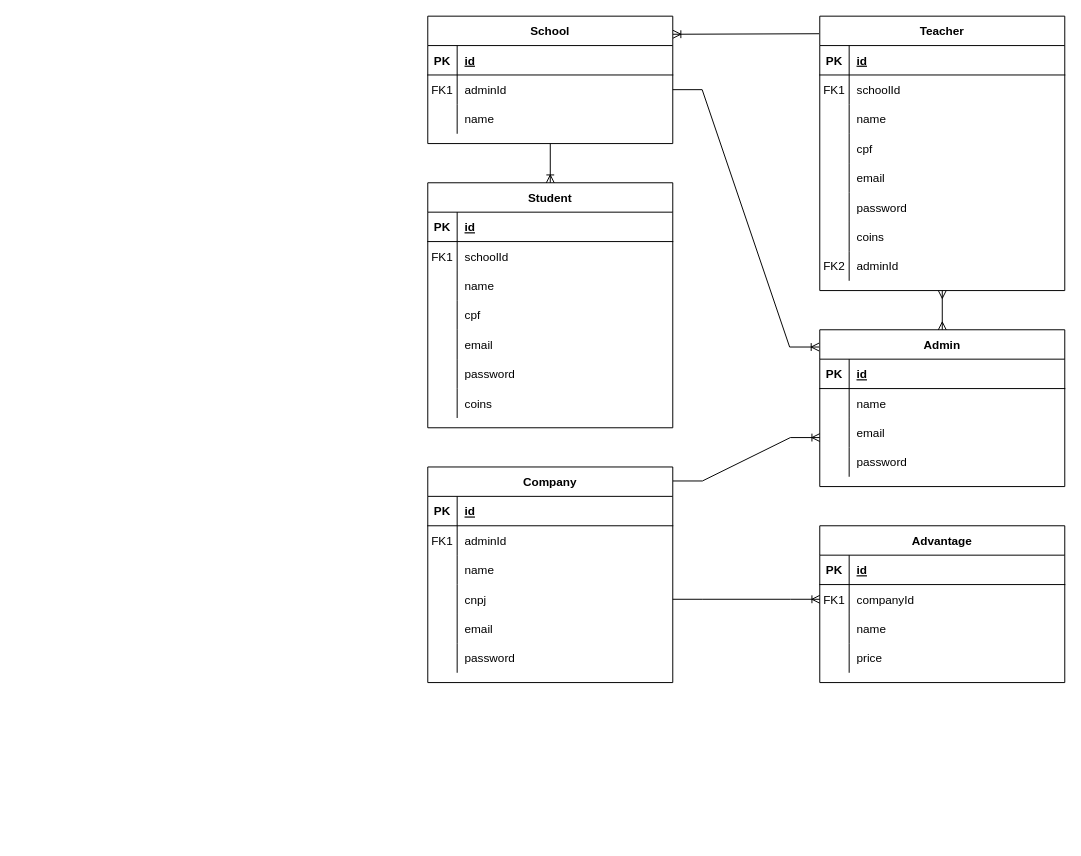
The draw.io diagram projeto/Entidade Relacionamento/Diagrama_ER.drawio in PUCMG-2023-02-LDS-G3/Laboratorio-03, before the edit. Source tidied: cells renumbered, new cells numbered last; positions are measured from the earlier drawing's top-left corner, leaving out a move shared by most shapes. Both pictures are drawn from the tidied source at 98%, with x=0, y=0 at pixel (427, 16).
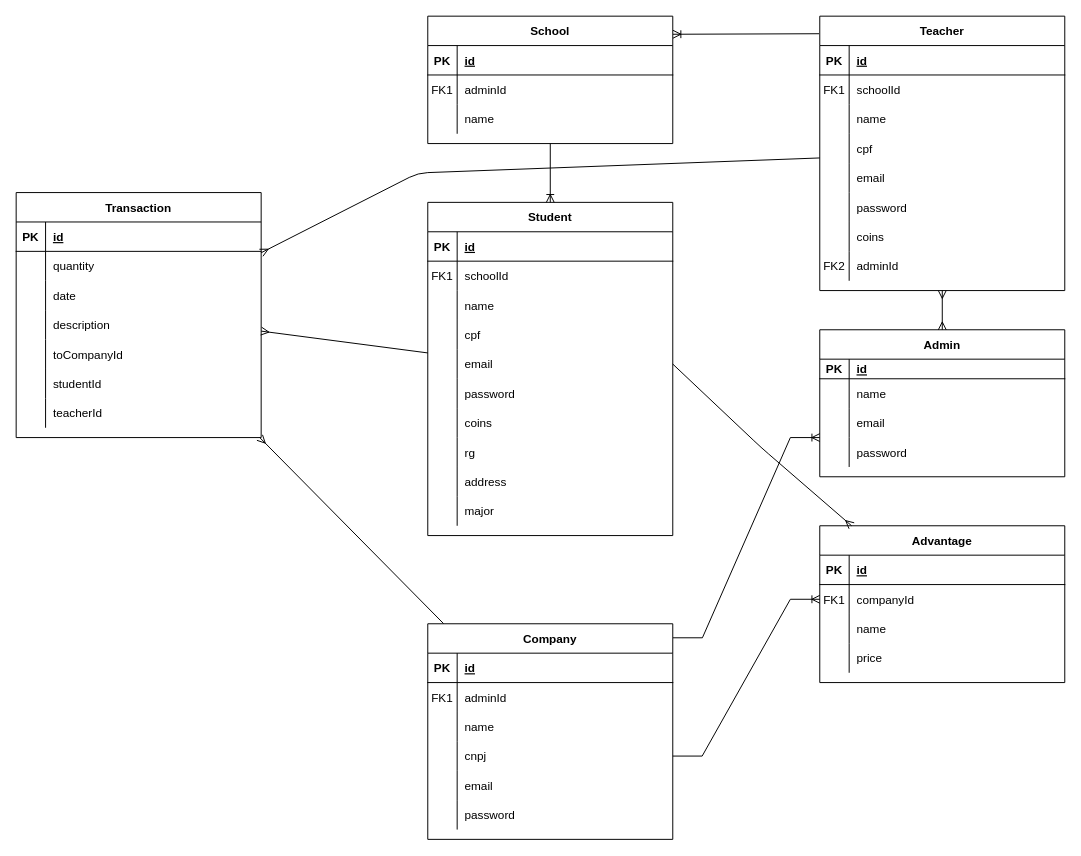
Above is the later version.

Commit message (it also covers changes not shown here):
Modelo ER + caso de uso

The change refers to these unchanged cells:
```xml
<mxCell id="15" style="shape=partialRectangle;fillColor=none;points=[[0,0.5],[1,0.5]];portConstraint=eastwest;top=0;left=0;right=0;bottom=0;" parent="2" vertex="1">
  <mxGeometry y="150" width="250" height="30" as="geometry" />
</mxCell>
<mxCell id="37" value="Teacher" style="shape=table;startSize=30;childLayout=tableLayout;rowLines=0;fontStyle=1;align=center;" parent="1" vertex="1">
  <mxGeometry x="400" width="250" height="280" as="geometry" />
</mxCell>
<mxCell id="81" value="Advantage" style="shape=table;startSize=30;childLayout=tableLayout;rowLines=0;fontStyle=1;align=center;" parent="1" vertex="1">
  <mxGeometry x="400" y="520" width="250" height="160" as="geometry" />
</mxCell>
<mxCell id="98" style="shape=partialRectangle;fillColor=none;points=[[0,0.5],[1,0.5]];portConstraint=eastwest;top=0;left=0;right=0;bottom=0;" parent="94" vertex="1">
  <mxGeometry y="60" width="250" height="30" as="geometry" />
</mxCell>
```

What changed in the source:
```diff
@@
     <mxCell id="2" value="Student" style="shape=table;startSize=30;childLayout=tableLayout;rowLines=0;fontStyle=1;align=center;" parent="1" vertex="1">
-      <mxGeometry y="170" width="250" height="250" as="geometry" />
+      <mxGeometry y="190" width="250" height="340" as="geometry" />
     </mxCell>
@@
+    <mxCell id="110" style="shape=partialRectangle;fillColor=none;top=0;left=0;right=0;bottom=0;" parent="2" vertex="1">
+      <mxGeometry y="240" width="250" height="30" as="geometry" />
+    </mxCell>
+    <mxCell id="111" style="shape=partialRectangle;overflow=hidden;fillColor=none;top=0;left=0;bottom=0;right=0;" parent="110" vertex="1">
+      <mxGeometry width="30" height="30" as="geometry" />
+    </mxCell>
+    <mxCell id="112" value="rg" style="shape=partialRectangle;overflow=hidden;fillColor=none;top=0;left=0;bottom=0;right=0;align=left;spacingLeft=6;" parent="110" vertex="1">
+      <mxGeometry x="30" width="220" height="30" as="geometry" />
+    </mxCell>
+    <mxCell id="113" style="shape=partialRectangle;fillColor=none;top=0;left=0;right=0;bottom=0;" parent="2" vertex="1">
+      <mxGeometry y="270" width="250" height="30" as="geometry" />
+    </mxCell>
+    <mxCell id="114" style="shape=partialRectangle;overflow=hidden;fillColor=none;top=0;left=0;bottom=0;right=0;" parent="113" vertex="1">
+      <mxGeometry width="30" height="30" as="geometry" />
+    </mxCell>
+    <mxCell id="115" value="address" style="shape=partialRectangle;overflow=hidden;fillColor=none;top=0;left=0;bottom=0;right=0;align=left;spacingLeft=6;" parent="113" vertex="1">
+      <mxGeometry x="30" width="220" height="30" as="geometry" />
+    </mxCell>
+    <mxCell id="116" style="shape=partialRectangle;fillColor=none;top=0;left=0;right=0;bottom=0;" parent="2" vertex="1">
+      <mxGeometry y="300" width="250" height="30" as="geometry" />
+    </mxCell>
+    <mxCell id="117" style="shape=partialRectangle;overflow=hidden;fillColor=none;top=0;left=0;bottom=0;right=0;" parent="116" vertex="1">
+      <mxGeometry width="30" height="30" as="geometry" />
+    </mxCell>
+    <mxCell id="118" value="major" style="shape=partialRectangle;overflow=hidden;fillColor=none;top=0;left=0;bottom=0;right=0;align=left;spacingLeft=6;" parent="116" vertex="1">
+      <mxGeometry x="30" width="220" height="30" as="geometry" />
+    </mxCell>
     <mxCell id="24" value="Admin" style="shape=table;startSize=30;childLayout=tableLayout;rowLines=0;fontStyle=1;align=center;" parent="1" vertex="1">
-      <mxGeometry x="400" y="320" width="250" height="160" as="geometry" />
+      <mxGeometry x="400" y="320" width="250" height="150" as="geometry" />
     </mxCell>
     <mxCell id="25" style="shape=partialRectangle;fillColor=none;top=0;left=0;right=0;bottom=1;" parent="24" vertex="1">
-      <mxGeometry y="30" width="250" height="30" as="geometry" />
+      <mxGeometry y="30" width="250" height="20" as="geometry" />
     </mxCell>
     <mxCell id="26" value="PK" style="shape=partialRectangle;overflow=hidden;fillColor=none;top=0;left=0;bottom=0;right=0;fontStyle=1;" parent="25" vertex="1">
-      <mxGeometry width="30" height="30" as="geometry" />
+      <mxGeometry width="30" height="20" as="geometry" />
     </mxCell>
     <mxCell id="27" value="id" style="shape=partialRectangle;overflow=hidden;fillColor=none;top=0;left=0;bottom=0;right=0;align=left;spacingLeft=6;fontStyle=5;" parent="25" vertex="1">
-      <mxGeometry x="30" width="220" height="30" as="geometry" />
+      <mxGeometry x="30" width="220" height="20" as="geometry" />
     </mxCell>
     <mxCell id="28" style="shape=partialRectangle;fillColor=none;top=0;left=0;right=0;bottom=0;" parent="24" vertex="1">
-      <mxGeometry y="60" width="250" height="30" as="geometry" />
+      <mxGeometry y="50" width="250" height="30" as="geometry" />
     </mxCell>
@@
     <mxCell id="31" style="shape=partialRectangle;fillColor=none;top=0;left=0;right=0;bottom=0;" parent="24" vertex="1">
-      <mxGeometry y="90" width="250" height="30" as="geometry" />
+      <mxGeometry y="80" width="250" height="30" as="geometry" />
     </mxCell>
@@
     <mxCell id="34" style="shape=partialRectangle;fillColor=none;top=0;left=0;right=0;bottom=0;" parent="24" vertex="1">
-      <mxGeometry y="120" width="250" height="30" as="geometry" />
+      <mxGeometry y="110" width="250" height="30" as="geometry" />
     </mxCell>
@@
+    <mxCell id="119" style="edgeStyle=none;html=1;endArrow=ERmany;endFill=0;" parent="1" edge="1" source="62" target="120">
+      <mxGeometry relative="1" as="geometry" />
+    </mxCell>
     <mxCell id="62" value="Company" style="shape=table;startSize=30;childLayout=tableLayout;rowLines=0;fontStyle=1;align=center;" parent="1" vertex="1">
-      <mxGeometry y="460" width="250" height="220" as="geometry" />
+      <mxGeometry y="620" width="250" height="220" as="geometry" />
     </mxCell>
@@
-    <mxCell id="107" style="edgeStyle=entityRelationEdgeStyle;fontSize=12;html=1;endArrow=ERoneToMany;rounded=0;entryX=-0.003;entryY=0.11;entryDx=0;entryDy=0;entryPerimeter=0;exitX=1;exitY=0.5;exitDx=0;exitDy=0;" parent="1" edge="1" source="98" target="24">
-      <mxGeometry relative="1" as="geometry" />
-    </mxCell>
@@
+    <mxCell id="120" value="Transaction" style="shape=table;startSize=30;childLayout=tableLayout;rowLines=0;fontStyle=1;align=center;" parent="1" vertex="1">
+      <mxGeometry x="-420" y="180" width="250" height="250" as="geometry" />
+    </mxCell>
+    <mxCell id="121" style="shape=partialRectangle;fillColor=none;top=0;left=0;right=0;bottom=1;" parent="120" vertex="1">
+      <mxGeometry y="30" width="250" height="30" as="geometry" />
+    </mxCell>
+    <mxCell id="122" value="PK" style="shape=partialRectangle;overflow=hidden;fillColor=none;top=0;left=0;bottom=0;right=0;fontStyle=1;" parent="121" vertex="1">
+      <mxGeometry width="30" height="30" as="geometry" />
+    </mxCell>
+    <mxCell id="123" value="id" style="shape=partialRectangle;overflow=hidden;fillColor=none;top=0;left=0;bottom=0;right=0;align=left;spacingLeft=6;fontStyle=5;" parent="121" vertex="1">
+      <mxGeometry x="30" width="220" height="30" as="geometry" />
+    </mxCell>
+    <mxCell id="124" style="shape=partialRectangle;fillColor=none;top=0;left=0;right=0;bottom=0;" parent="120" vertex="1">
+      <mxGeometry y="60" width="250" height="30" as="geometry" />
+    </mxCell>
+    <mxCell id="125" style="shape=partialRectangle;overflow=hidden;fillColor=none;top=0;left=0;bottom=0;right=0;" parent="124" vertex="1">
+      <mxGeometry width="30" height="30" as="geometry" />
+    </mxCell>
+    <mxCell id="126" value="quantity" style="shape=partialRectangle;overflow=hidden;fillColor=none;top=0;left=0;bottom=0;right=0;align=left;spacingLeft=6;" parent="124" vertex="1">
+      <mxGeometry x="30" width="220" height="30" as="geometry" />
+    </mxCell>
+    <mxCell id="127" style="shape=partialRectangle;fillColor=none;top=0;left=0;right=0;bottom=0;" parent="120" vertex="1">
+      <mxGeometry y="90" width="250" height="30" as="geometry" />
+    </mxCell>
+    <mxCell id="128" style="shape=partialRectangle;overflow=hidden;fillColor=none;top=0;left=0;bottom=0;right=0;" parent="127" vertex="1">
+      <mxGeometry width="30" height="30" as="geometry" />
+    </mxCell>
+    <mxCell id="129" value="date" style="shape=partialRectangle;overflow=hidden;fillColor=none;top=0;left=0;bottom=0;right=0;align=left;spacingLeft=6;" parent="127" vertex="1">
+      <mxGeometry x="30" width="220" height="30" as="geometry" />
+    </mxCell>
+    <mxCell id="130" style="shape=partialRectangle;fillColor=none;top=0;left=0;right=0;bottom=0;" parent="120" vertex="1">
+      <mxGeometry y="120" width="250" height="30" as="geometry" />
+    </mxCell>
+    <mxCell id="131" style="shape=partialRectangle;overflow=hidden;fillColor=none;top=0;left=0;bottom=0;right=0;" parent="130" vertex="1">
+      <mxGeometry width="30" height="30" as="geometry" />
+    </mxCell>
+    <mxCell id="132" value="description" style="shape=partialRectangle;overflow=hidden;fillColor=none;top=0;left=0;bottom=0;right=0;align=left;spacingLeft=6;" parent="130" vertex="1">
+      <mxGeometry x="30" width="220" height="30" as="geometry" />
+    </mxCell>
+    <mxCell id="133" style="shape=partialRectangle;fillColor=none;top=0;left=0;right=0;bottom=0;" parent="120" vertex="1">
+      <mxGeometry y="150" width="250" height="30" as="geometry" />
+    </mxCell>
+    <mxCell id="134" style="shape=partialRectangle;overflow=hidden;fillColor=none;top=0;left=0;bottom=0;right=0;" parent="133" vertex="1">
+      <mxGeometry width="30" height="30" as="geometry" />
+    </mxCell>
+    <mxCell id="135" value="toCompanyId" style="shape=partialRectangle;overflow=hidden;fillColor=none;top=0;left=0;bottom=0;right=0;align=left;spacingLeft=6;" parent="133" vertex="1">
+      <mxGeometry x="30" width="220" height="30" as="geometry" />
+    </mxCell>
+    <mxCell id="136" style="shape=partialRectangle;fillColor=none;top=0;left=0;right=0;bottom=0;" parent="120" vertex="1">
+      <mxGeometry y="180" width="250" height="30" as="geometry" />
+    </mxCell>
+    <mxCell id="137" style="shape=partialRectangle;overflow=hidden;fillColor=none;top=0;left=0;bottom=0;right=0;" parent="136" vertex="1">
+      <mxGeometry width="30" height="30" as="geometry" />
+    </mxCell>
+    <mxCell id="138" value="studentId" style="shape=partialRectangle;overflow=hidden;fillColor=none;top=0;left=0;bottom=0;right=0;align=left;spacingLeft=6;" parent="136" vertex="1">
+      <mxGeometry x="30" width="220" height="30" as="geometry" />
+    </mxCell>
+    <mxCell id="139" style="shape=partialRectangle;fillColor=none;top=0;left=0;right=0;bottom=0;" parent="120" vertex="1">
+      <mxGeometry y="210" width="250" height="30" as="geometry" />
+    </mxCell>
+    <mxCell id="140" style="shape=partialRectangle;overflow=hidden;fillColor=none;top=0;left=0;bottom=0;right=0;" parent="139" vertex="1">
+      <mxGeometry width="30" height="30" as="geometry" />
+    </mxCell>
+    <mxCell id="141" value="teacherId" style="shape=partialRectangle;overflow=hidden;fillColor=none;top=0;left=0;bottom=0;right=0;align=left;spacingLeft=6;" parent="139" vertex="1">
+      <mxGeometry x="30" width="220" height="30" as="geometry" />
+    </mxCell>
+    <mxCell id="142" style="edgeStyle=none;html=1;exitX=1;exitY=0.5;exitDx=0;exitDy=0;endArrow=ERmany;endFill=0;" parent="1" edge="1" source="15" target="81">
+      <mxGeometry relative="1" as="geometry">
+        <Array as="points">
+          <mxPoint x="340" y="440" />
+        </Array>
+      </mxGeometry>
+    </mxCell>
+    <mxCell id="143" style="edgeStyle=none;html=1;endArrow=ERmany;endFill=0;" parent="1" edge="1" source="2" target="120">
+      <mxGeometry relative="1" as="geometry" />
+    </mxCell>
+    <mxCell id="144" style="edgeStyle=none;html=1;endArrow=ERmany;endFill=0;" parent="1" edge="1" source="37" target="120">
+      <mxGeometry relative="1" as="geometry">
+        <Array as="points">
+          <mxPoint x="-10" y="160" />
+        </Array>
+      </mxGeometry>
+    </mxCell>
```
